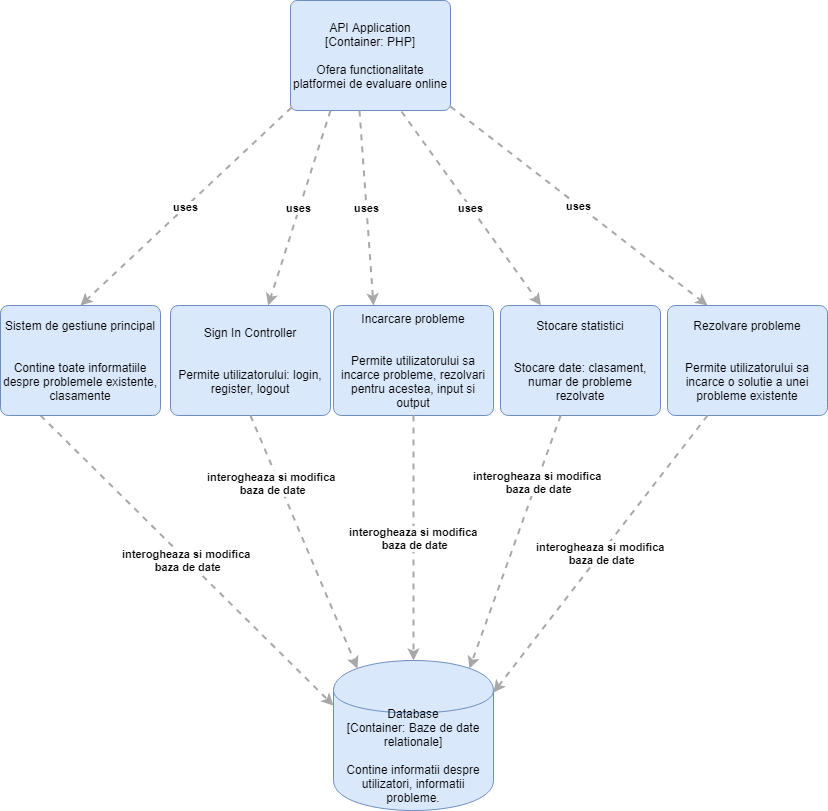
The draw.io diagram ComponentaAPI.png in AnaRosu/Proiect-IP-API, before a commit. Source tidied: cells renumbered, new cells last; positions are measured from the earlier drawing's top-left corner, leaving out a move shared by most shapes.
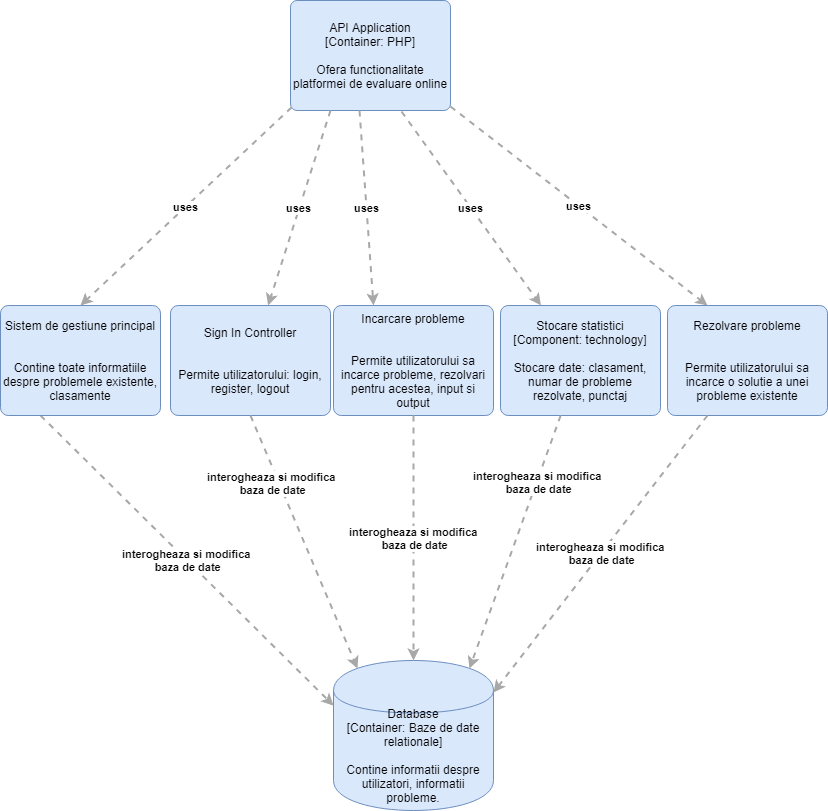
Above is the later version.

Change to the diagram source:
```diff
@@ -39,7 +39,7 @@
     <mxCell id="10" value="&lt;div style=&quot;text-align: left&quot;&gt;&lt;div style=&quot;text-align: center&quot;&gt;&lt;b&gt;uses&lt;/b&gt;&lt;/div&gt;&lt;/div&gt;" style="edgeStyle=none;rounded=0;html=1;entryX=0.25;entryY=0;jettySize=auto;strokeColor=#A8A8A8;strokeWidth=2;fontColor=#000000;jumpStyle=none;dashed=1;exitX=0.431;exitY=1;exitDx=0;exitDy=0;exitPerimeter=0;entryDx=0;entryDy=0;" parent="1" edge="1" source="3" target="9">
       <mxGeometry relative="1" as="geometry" />
     </mxCell>
-    <object id="11" label="&lt;span&gt;Stocare statistici&lt;/span&gt;&lt;div&gt;&lt;br&gt;&lt;/div&gt;&lt;div&gt;&lt;br&gt;&lt;/div&gt;&lt;div&gt;Stocare date: clasament, numar de probleme rezolvate&lt;/div&gt;" c4Description="Stocare date: clasament, numar de probleme rezolvate" c4Name="Stocare statistici" c4Technology="technology" c4Type="Component" placeholders="1">
+    <object id="11" label="&lt;span&gt;Stocare statistici&lt;/span&gt;&lt;div&gt;[Component:&amp;nbsp;&lt;span&gt;technology&lt;/span&gt;&lt;span&gt;]&lt;/span&gt;&lt;/div&gt;&lt;div&gt;&lt;br&gt;&lt;/div&gt;&lt;div&gt;Stocare date: clasament, numar de probleme rezolvate, punctaj&lt;/div&gt;" c4Description="Stocare date: clasament, numar de probleme rezolvate, punctaj" c4Name="Stocare statistici" c4Technology="technology" c4Type="Component" placeholders="1">
       <mxCell style="rounded=1;whiteSpace=wrap;html=1;labelBackgroundColor=none;fillColor=#dae8fc;fontColor=#000000;align=center;arcSize=7;strokeColor=#6c8ebf;" parent="1" vertex="1">
         <mxGeometry x="500" y="305" width="160" height="110" as="geometry" />
       </mxCell>
```
